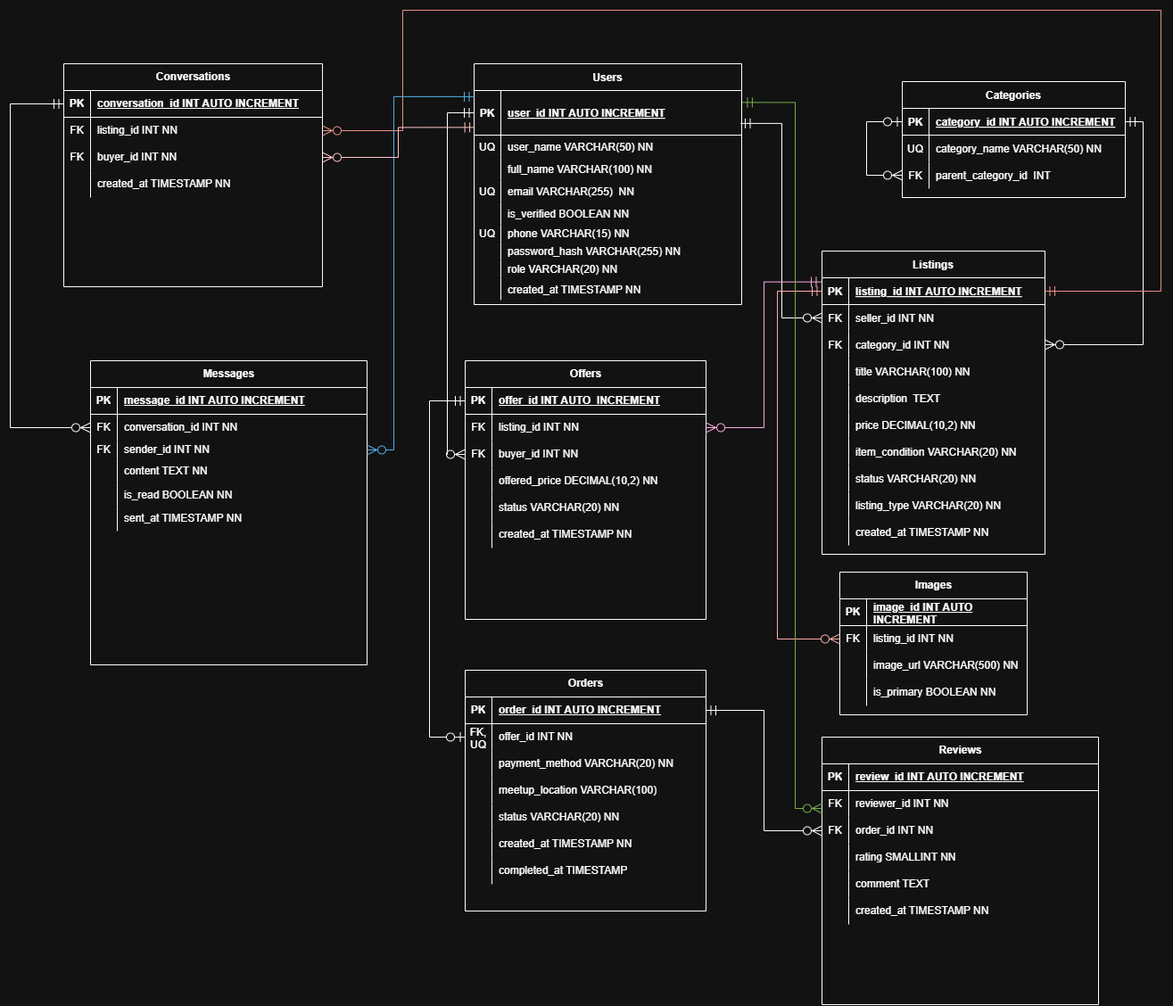
Earlier version of the draw.io export db/ER_Diagram.png (syednumanchawoo/campus-marketplace). Source tidied: cells renumbered, new cells last; positions are measured from the earlier drawing's top-left corner, leaving out a move shared by most shapes.
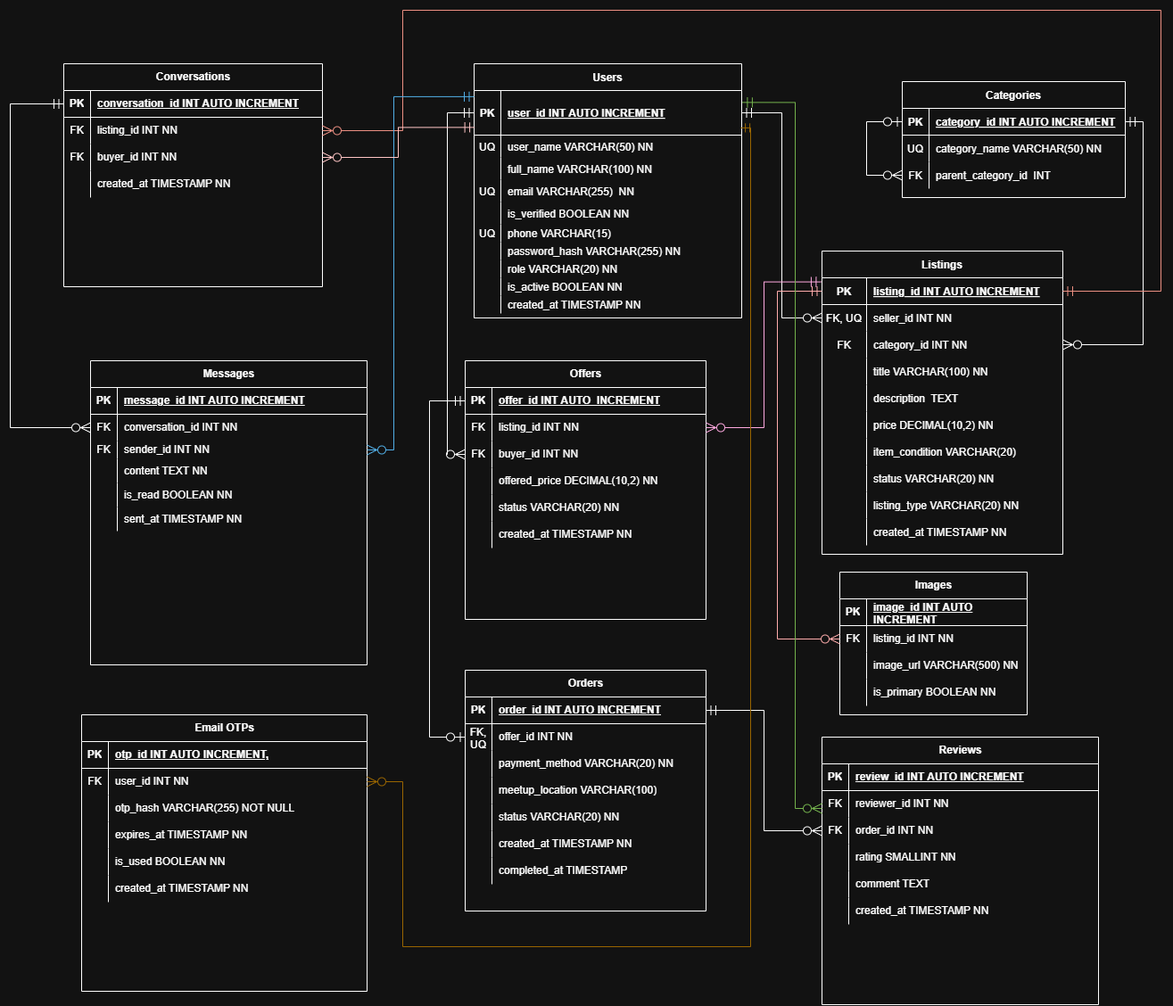
The same file after the commit.

Commit message:
Added email_otps

The edit, as a diff of the source:
```diff
@@ -35,93 +35,93 @@
     <mxCell id="12" value="Listings" style="shape=table;startSize=30;rowLines=0;fontStyle=1;align=center;" parent="1" vertex="1">
-      <mxGeometry x="910" y="270" width="250" height="340" as="geometry" />
+      <mxGeometry x="910" y="270" width="270" height="340" as="geometry" />
     </mxCell>
     <mxCell id="13" style="shape=partialRectangle;fillColor=none;points=[[0,0.5],[1,0.5]];portConstraint=eastwest;top=0;left=0;right=0;bottom=1;" parent="12" vertex="1">
-      <mxGeometry y="30" width="250" height="30" as="geometry" />
+      <mxGeometry y="30" width="270" height="30" as="geometry" />
     </mxCell>
     <mxCell id="14" value="PK" style="shape=partialRectangle;overflow=hidden;fillColor=none;top=0;left=0;bottom=0;right=0;fontStyle=1;" parent="13" vertex="1">
-      <mxGeometry width="30" height="30" as="geometry" />
+      <mxGeometry width="50" height="30" as="geometry" />
     </mxCell>
     <mxCell id="15" value="listing_id INT AUTO INCREMENT" style="shape=partialRectangle;overflow=hidden;fillColor=none;top=0;left=0;bottom=0;right=0;align=left;spacingLeft=6;fontStyle=5;" parent="13" vertex="1">
-      <mxGeometry x="30" width="220" height="30" as="geometry" />
+      <mxGeometry x="50" width="220" height="30" as="geometry" />
     </mxCell>
     <mxCell id="16" style="shape=partialRectangle;fillColor=none;points=[[0,0.5],[1,0.5]];portConstraint=eastwest;top=0;left=0;right=0;bottom=0;" parent="12" vertex="1">
-      <mxGeometry y="60" width="250" height="30" as="geometry" />
+      <mxGeometry y="60" width="270" height="30" as="geometry" />
     </mxCell>
-    <mxCell id="17" value="FK" style="shape=partialRectangle;overflow=hidden;fillColor=none;top=0;left=0;bottom=0;right=0;" parent="16" vertex="1">
-      <mxGeometry width="30" height="30" as="geometry" />
+    <mxCell id="17" value="FK, UQ" style="shape=partialRectangle;overflow=hidden;fillColor=none;top=0;left=0;bottom=0;right=0;" parent="16" vertex="1">
+      <mxGeometry width="50" height="30" as="geometry" />
     </mxCell>
     <mxCell id="18" value="seller_id INT NN" style="shape=partialRectangle;overflow=hidden;fillColor=none;top=0;left=0;bottom=0;right=0;align=left;spacingLeft=6;" parent="16" vertex="1">
-      <mxGeometry x="30" width="220" height="30" as="geometry" />
+      <mxGeometry x="50" width="220" height="30" as="geometry" />
     </mxCell>
     <mxCell id="19" style="shape=partialRectangle;fillColor=none;points=[[0,0.5],[1,0.5]];portConstraint=eastwest;top=0;left=0;right=0;bottom=0;" parent="12" vertex="1">
-      <mxGeometry y="90" width="250" height="30" as="geometry" />
+      <mxGeometry y="90" width="270" height="30" as="geometry" />
     </mxCell>
     <mxCell id="20" value="FK" style="shape=partialRectangle;overflow=hidden;fillColor=none;top=0;left=0;bottom=0;right=0;" parent="19" vertex="1">
-      <mxGeometry width="30" height="30" as="geometry" />
+      <mxGeometry width="50" height="30" as="geometry" />
     </mxCell>
     <mxCell id="21" value="category_id INT NN" style="shape=partialRectangle;overflow=hidden;fillColor=none;top=0;left=0;bottom=0;right=0;align=left;spacingLeft=6;" parent="19" vertex="1">
-      <mxGeometry x="30" width="220" height="30" as="geometry" />
+      <mxGeometry x="50" width="220" height="30" as="geometry" />
     </mxCell>
     <mxCell id="22" style="shape=partialRectangle;fillColor=none;top=0;left=0;right=0;bottom=0;" parent="12" vertex="1">
-      <mxGeometry y="120" width="250" height="30" as="geometry" />
+      <mxGeometry y="120" width="270" height="30" as="geometry" />
     </mxCell>
     <mxCell id="23" style="shape=partialRectangle;overflow=hidden;fillColor=none;top=0;left=0;bottom=0;right=0;" parent="22" vertex="1">
-      <mxGeometry width="30" height="30" as="geometry" />
+      <mxGeometry width="50" height="30" as="geometry" />
     </mxCell>
     <mxCell id="24" value="title VARCHAR(100) NN" style="shape=partialRectangle;overflow=hidden;fillColor=none;top=0;left=0;bottom=0;right=0;align=left;spacingLeft=6;" parent="22" vertex="1">
-      <mxGeometry x="30" width="220" height="30" as="geometry" />
+      <mxGeometry x="50" width="220" height="30" as="geometry" />
     </mxCell>
     <mxCell id="25" style="shape=partialRectangle;fillColor=none;top=0;left=0;right=0;bottom=0;" parent="12" vertex="1">
-      <mxGeometry y="150" width="250" height="30" as="geometry" />
+      <mxGeometry y="150" width="270" height="30" as="geometry" />
     </mxCell>
     <mxCell id="26" style="shape=partialRectangle;overflow=hidden;fillColor=none;top=0;left=0;bottom=0;right=0;" parent="25" vertex="1">
-      <mxGeometry width="30" height="30" as="geometry" />
+      <mxGeometry width="50" height="30" as="geometry" />
     </mxCell>
     <mxCell id="27" value="description  TEXT" style="shape=partialRectangle;overflow=hidden;fillColor=none;top=0;left=0;bottom=0;right=0;align=left;spacingLeft=6;" parent="25" vertex="1">
-      <mxGeometry x="30" width="220" height="30" as="geometry" />
+      <mxGeometry x="50" width="220" height="30" as="geometry" />
     </mxCell>
     <mxCell id="28" style="shape=partialRectangle;fillColor=none;top=0;left=0;right=0;bottom=0;" parent="12" vertex="1">
-      <mxGeometry y="180" width="250" height="30" as="geometry" />
+      <mxGeometry y="180" width="270" height="30" as="geometry" />
     </mxCell>
     <mxCell id="29" style="shape=partialRectangle;overflow=hidden;fillColor=none;top=0;left=0;bottom=0;right=0;" parent="28" vertex="1">
-      <mxGeometry width="30" height="30" as="geometry" />
+      <mxGeometry width="50" height="30" as="geometry" />
     </mxCell>
     <mxCell id="30" value="price DECIMAL(10,2) NN" style="shape=partialRectangle;overflow=hidden;fillColor=none;top=0;left=0;bottom=0;right=0;align=left;spacingLeft=6;" parent="28" vertex="1">
-      <mxGeometry x="30" width="220" height="30" as="geometry" />
+      <mxGeometry x="50" width="220" height="30" as="geometry" />
     </mxCell>
     <mxCell id="31" style="shape=partialRectangle;fillColor=none;top=0;left=0;right=0;bottom=0;" parent="12" vertex="1">
-      <mxGeometry y="210" width="250" height="30" as="geometry" />
+      <mxGeometry y="210" width="270" height="30" as="geometry" />
     </mxCell>
     <mxCell id="32" style="shape=partialRectangle;overflow=hidden;fillColor=none;top=0;left=0;bottom=0;right=0;" parent="31" vertex="1">
-      <mxGeometry width="30" height="30" as="geometry" />
+      <mxGeometry width="50" height="30" as="geometry" />
     </mxCell>
-    <mxCell id="33" value="item_condition VARCHAR(20) NN" style="shape=partialRectangle;overflow=hidden;fillColor=none;top=0;left=0;bottom=0;right=0;align=left;spacingLeft=6;" parent="31" vertex="1">
-      <mxGeometry x="30" width="220" height="30" as="geometry" />
+    <mxCell id="33" value="item_condition VARCHAR(20)" style="shape=partialRectangle;overflow=hidden;fillColor=none;top=0;left=0;bottom=0;right=0;align=left;spacingLeft=6;" parent="31" vertex="1">
+      <mxGeometry x="50" width="220" height="30" as="geometry" />
     </mxCell>
     <mxCell id="34" style="shape=partialRectangle;fillColor=none;top=0;left=0;right=0;bottom=0;" parent="12" vertex="1">
-      <mxGeometry y="240" width="250" height="30" as="geometry" />
+      <mxGeometry y="240" width="270" height="30" as="geometry" />
     </mxCell>
     <mxCell id="35" style="shape=partialRectangle;overflow=hidden;fillColor=none;top=0;left=0;bottom=0;right=0;" parent="34" vertex="1">
-      <mxGeometry width="30" height="30" as="geometry" />
+      <mxGeometry width="50" height="30" as="geometry" />
     </mxCell>
     <mxCell id="36" value="status VARCHAR(20) NN" style="shape=partialRectangle;overflow=hidden;fillColor=none;top=0;left=0;bottom=0;right=0;align=left;spacingLeft=6;" parent="34" vertex="1">
-      <mxGeometry x="30" width="220" height="30" as="geometry" />
+      <mxGeometry x="50" width="220" height="30" as="geometry" />
     </mxCell>
     <mxCell id="37" style="shape=partialRectangle;fillColor=none;top=0;left=0;right=0;bottom=0;" parent="12" vertex="1">
-      <mxGeometry y="270" width="250" height="30" as="geometry" />
+      <mxGeometry y="270" width="270" height="30" as="geometry" />
     </mxCell>
     <mxCell id="38" style="shape=partialRectangle;overflow=hidden;fillColor=none;top=0;left=0;bottom=0;right=0;" parent="37" vertex="1">
-      <mxGeometry width="30" height="30" as="geometry" />
+      <mxGeometry width="50" height="30" as="geometry" />
     </mxCell>
     <mxCell id="39" value="listing_type VARCHAR(20) NN" style="shape=partialRectangle;overflow=hidden;fillColor=none;top=0;left=0;bottom=0;right=0;align=left;spacingLeft=6;" parent="37" vertex="1">
-      <mxGeometry x="30" width="220" height="30" as="geometry" />
+      <mxGeometry x="50" width="220" height="30" as="geometry" />
     </mxCell>
     <mxCell id="40" style="shape=partialRectangle;fillColor=none;top=0;left=0;right=0;bottom=0;" parent="12" vertex="1">
-      <mxGeometry y="300" width="250" height="30" as="geometry" />
+      <mxGeometry y="300" width="270" height="30" as="geometry" />
     </mxCell>
     <mxCell id="41" style="shape=partialRectangle;overflow=hidden;fillColor=none;top=0;left=0;bottom=0;right=0;" parent="40" vertex="1">
-      <mxGeometry width="30" height="30" as="geometry" />
+      <mxGeometry width="50" height="30" as="geometry" />
     </mxCell>
     <mxCell id="42" value="created_at TIMESTAMP NN" style="shape=partialRectangle;overflow=hidden;fillColor=none;top=0;left=0;bottom=0;right=0;align=left;spacingLeft=6;" parent="40" vertex="1">
-      <mxGeometry x="30" width="220" height="30" as="geometry" />
+      <mxGeometry x="50" width="220" height="30" as="geometry" />
     </mxCell>
@@ -136,3 +136,3 @@
     <mxCell id="44" value="Users" style="shape=table;startSize=30;rowLines=0;fontStyle=1;align=center;" parent="1" vertex="1">
-      <mxGeometry x="520" y="60" width="300" height="270" as="geometry" />
+      <mxGeometry x="520" y="60" width="300" height="285" as="geometry" />
     </mxCell>
@@ -189,3 +189,3 @@
     </mxCell>
-    <mxCell id="62" value="phone VARCHAR(15) NN" style="shape=partialRectangle;overflow=hidden;fillColor=none;top=0;left=0;bottom=0;right=0;align=left;spacingLeft=6;" parent="60" vertex="1">
+    <mxCell id="62" value="phone VARCHAR(15)" style="shape=partialRectangle;overflow=hidden;fillColor=none;top=0;left=0;bottom=0;right=0;align=left;spacingLeft=6;" parent="60" vertex="1">
       <mxGeometry x="30" width="270" height="20" as="geometry" />
@@ -211,10 +211,19 @@
     <mxCell id="69" style="shape=partialRectangle;fillColor=none;top=0;left=0;right=0;bottom=0;" parent="44" vertex="1">
-      <mxGeometry y="240" width="300" height="25" as="geometry" />
+      <mxGeometry y="240" width="300" height="20" as="geometry" />
     </mxCell>
     <mxCell id="70" style="shape=partialRectangle;overflow=hidden;fillColor=none;top=0;left=0;bottom=0;right=0;" parent="69" vertex="1">
-      <mxGeometry width="30" height="25" as="geometry" />
+      <mxGeometry width="30" height="20" as="geometry" />
     </mxCell>
-    <mxCell id="71" value="created_at TIMESTAMP NN" style="shape=partialRectangle;overflow=hidden;fillColor=none;top=0;left=0;bottom=0;right=0;align=left;spacingLeft=6;" parent="69" vertex="1">
-      <mxGeometry x="30" width="270" height="25" as="geometry" />
+    <mxCell id="71" value="is_active BOOLEAN NN" style="shape=partialRectangle;overflow=hidden;fillColor=none;top=0;left=0;bottom=0;right=0;align=left;spacingLeft=6;" parent="69" vertex="1">
+      <mxGeometry x="30" width="270" height="20" as="geometry" />
     </mxCell>
+    <mxCell id="189" style="shape=partialRectangle;fillColor=none;top=0;left=0;right=0;bottom=0;" parent="44" vertex="1">
+      <mxGeometry y="260" width="300" height="20" as="geometry" />
+    </mxCell>
+    <mxCell id="190" style="shape=partialRectangle;overflow=hidden;fillColor=none;top=0;left=0;bottom=0;right=0;" parent="189" vertex="1">
+      <mxGeometry width="30" height="20" as="geometry" />
+    </mxCell>
+    <mxCell id="191" value="created_at TIMESTAMP NN" style="shape=partialRectangle;overflow=hidden;fillColor=none;top=0;left=0;bottom=0;right=0;align=left;spacingLeft=6;" parent="189" vertex="1">
+      <mxGeometry x="30" width="270" height="20" as="geometry" />
+    </mxCell>
     <mxCell id="72" value="Images" style="shape=table;startSize=30;rowLines=0;fontStyle=1;align=center;html=1;" parent="1" vertex="1">
@@ -258,4 +267,4 @@
     </mxCell>
-    <mxCell id="85" style="edgeStyle=orthogonalEdgeStyle;rounded=0;jettySize=auto;html=1;exitX=0.995;exitY=0.738;exitDx=0;exitDy=0;entryX=0;entryY=0.5;entryDx=0;entryDy=0;defaultLabelBackgroundColor=page;labelPadding=0 4;endArrow=ERzeroToMany;endFill=0;startArrow=ERmandOne;startFill=0;startSize=9;endSize=9;exitPerimeter=0;" parent="1" edge="1" source="45" target="16">
-      <mxGeometry x="-0.02" relative="1" as="geometry" />
+    <mxCell id="85" style="edgeStyle=orthogonalEdgeStyle;rounded=0;jettySize=auto;html=1;exitX=1;exitY=0.5;exitDx=0;exitDy=0;entryX=0;entryY=0.5;entryDx=0;entryDy=0;defaultLabelBackgroundColor=page;labelPadding=0 4;endArrow=ERzeroToMany;endFill=0;startArrow=ERmandOne;startFill=0;startSize=9;endSize=9;" parent="1" edge="1" source="45" target="16">
+      <mxGeometry x="0.01" relative="1" as="geometry" />
     </mxCell>
@@ -602,2 +611,69 @@
     </mxCell>
+    <mxCell id="192" value="Email OTPs" style="shape=table;startSize=30;rowLines=0;fontStyle=1;align=center;html=1;" parent="1" vertex="1">
+      <mxGeometry x="80" y="790" width="320" height="310" as="geometry" />
+    </mxCell>
+    <mxCell id="193" style="shape=tableRow;horizontal=0;startSize=0;swimlaneHead=0;swimlaneBody=0;fillColor=none;top=0;left=0;right=0;bottom=1;" parent="192" vertex="1">
+      <mxGeometry y="30" width="320" height="30" as="geometry" />
+    </mxCell>
+    <mxCell id="194" value="PK" style="shape=partialRectangle;fillColor=none;top=0;left=0;bottom=0;right=0;fontStyle=1;overflow=hidden;whiteSpace=wrap;html=1;" parent="193" vertex="1">
+      <mxGeometry width="30" height="30" as="geometry" />
+    </mxCell>
+    <mxCell id="195" value="otp_id INT AUTO INCREMENT," style="shape=partialRectangle;fillColor=none;top=0;left=0;bottom=0;right=0;align=left;spacingLeft=6;fontStyle=5;overflow=hidden;whiteSpace=wrap;html=1;" parent="193" vertex="1">
+      <mxGeometry x="30" width="290" height="30" as="geometry" />
+    </mxCell>
+    <mxCell id="196" style="shape=tableRow;horizontal=0;startSize=0;swimlaneHead=0;swimlaneBody=0;fillColor=none;points=[[0,0.5],[1,0.5]];portConstraint=eastwest;top=0;left=0;right=0;bottom=0;" parent="192" vertex="1">
+      <mxGeometry y="60" width="320" height="30" as="geometry" />
+    </mxCell>
+    <mxCell id="197" value="FK" style="shape=partialRectangle;fillColor=none;top=0;left=0;bottom=0;right=0;overflow=hidden;whiteSpace=wrap;html=1;" parent="196" vertex="1">
+      <mxGeometry width="30" height="30" as="geometry" />
+    </mxCell>
+    <mxCell id="198" value="user_id INT NN&amp;nbsp;" style="shape=partialRectangle;fillColor=none;top=0;left=0;bottom=0;right=0;align=left;spacingLeft=6;overflow=hidden;whiteSpace=wrap;html=1;" parent="196" vertex="1">
+      <mxGeometry x="30" width="290" height="30" as="geometry" />
+    </mxCell>
+    <mxCell id="199" style="shape=tableRow;horizontal=0;startSize=0;swimlaneHead=0;swimlaneBody=0;fillColor=none;top=0;left=0;right=0;bottom=0;" parent="192" vertex="1">
+      <mxGeometry y="90" width="320" height="30" as="geometry" />
+    </mxCell>
+    <mxCell id="200" style="shape=partialRectangle;fillColor=none;top=0;left=0;bottom=0;right=0;overflow=hidden;whiteSpace=wrap;html=1;" parent="199" vertex="1">
+      <mxGeometry width="30" height="30" as="geometry" />
+    </mxCell>
+    <mxCell id="201" value="otp_hash VARCHAR(255) NOT NULL" style="shape=partialRectangle;fillColor=none;top=0;left=0;bottom=0;right=0;align=left;spacingLeft=6;overflow=hidden;whiteSpace=wrap;html=1;" parent="199" vertex="1">
+      <mxGeometry x="30" width="290" height="30" as="geometry" />
+    </mxCell>
+    <mxCell id="202" style="shape=tableRow;horizontal=0;startSize=0;swimlaneHead=0;swimlaneBody=0;fillColor=none;top=0;left=0;right=0;bottom=0;" parent="192" vertex="1">
+      <mxGeometry y="120" width="320" height="30" as="geometry" />
+    </mxCell>
+    <mxCell id="203" style="shape=partialRectangle;fillColor=none;top=0;left=0;bottom=0;right=0;overflow=hidden;whiteSpace=wrap;html=1;" parent="202" vertex="1">
+      <mxGeometry width="30" height="30" as="geometry" />
+    </mxCell>
+    <mxCell id="204" value="expires_at TIMESTAMP NN" style="shape=partialRectangle;fillColor=none;top=0;left=0;bottom=0;right=0;align=left;spacingLeft=6;overflow=hidden;whiteSpace=wrap;html=1;" parent="202" vertex="1">
+      <mxGeometry x="30" width="290" height="30" as="geometry" />
+    </mxCell>
+    <mxCell id="205" style="shape=tableRow;horizontal=0;startSize=0;swimlaneHead=0;swimlaneBody=0;fillColor=none;top=0;left=0;right=0;bottom=0;" parent="192" vertex="1">
+      <mxGeometry y="150" width="320" height="30" as="geometry" />
+    </mxCell>
+    <mxCell id="206" style="shape=partialRectangle;fillColor=none;top=0;left=0;bottom=0;right=0;overflow=hidden;whiteSpace=wrap;html=1;" parent="205" vertex="1">
+      <mxGeometry width="30" height="30" as="geometry" />
+    </mxCell>
+    <mxCell id="207" value="is_used BOOLEAN NN" style="shape=partialRectangle;fillColor=none;top=0;left=0;bottom=0;right=0;align=left;spacingLeft=6;overflow=hidden;whiteSpace=wrap;html=1;" parent="205" vertex="1">
+      <mxGeometry x="30" width="290" height="30" as="geometry" />
+    </mxCell>
+    <mxCell id="208" style="shape=tableRow;horizontal=0;startSize=0;swimlaneHead=0;swimlaneBody=0;fillColor=none;top=0;left=0;right=0;bottom=0;" parent="192" vertex="1">
+      <mxGeometry y="180" width="320" height="30" as="geometry" />
+    </mxCell>
+    <mxCell id="209" style="shape=partialRectangle;fillColor=none;top=0;left=0;bottom=0;right=0;overflow=hidden;whiteSpace=wrap;html=1;" parent="208" vertex="1">
+      <mxGeometry width="30" height="30" as="geometry" />
+    </mxCell>
+    <mxCell id="210" value="created_at TIMESTAMP NN" style="shape=partialRectangle;fillColor=none;top=0;left=0;bottom=0;right=0;align=left;spacingLeft=6;overflow=hidden;whiteSpace=wrap;html=1;" parent="208" vertex="1">
+      <mxGeometry x="30" width="290" height="30" as="geometry" />
+    </mxCell>
+    <mxCell id="211" style="edgeStyle=orthogonalEdgeStyle;rounded=0;jettySize=auto;html=1;entryX=0.997;entryY=0.837;entryDx=0;entryDy=0;entryPerimeter=0;defaultLabelBackgroundColor=page;labelPadding=0 4;fillColor=#ffcd28;strokeColor=#d79b00;gradientColor=#ffa500;endArrow=ERmandOne;endFill=0;startArrow=ERzeroToMany;startFill=0;startSize=9;endSize=8;exitX=1;exitY=0.5;exitDx=0;exitDy=0;" parent="1" edge="1" source="196" target="45">
+      <mxGeometry x="0.24" relative="1" as="geometry">
+        <Array as="points">
+          <mxPoint x="440" y="865" />
+          <mxPoint x="440" y="1050" />
+          <mxPoint x="830" y="1050" />
+          <mxPoint x="830" y="131.9" />
+        </Array>
+      </mxGeometry>
+    </mxCell>
   </root>
```
